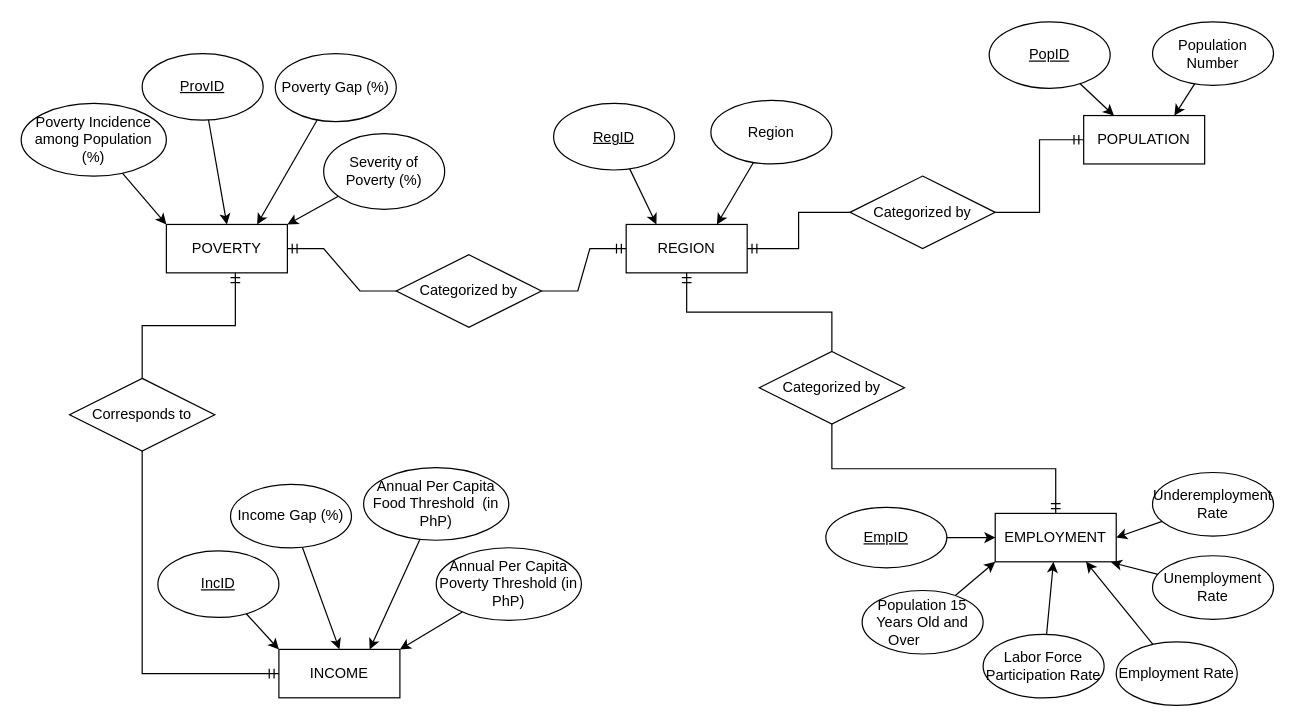
The draw.io diagram page "ERD" (2 of 4) of DECapstone diagrams.drawio in vinsanity2022/SPARTACapstone, before the edit. Source tidied: cells renumbered, new cells numbered last; positions are measured from the earlier drawing's top-left corner, leaving out a move shared by most shapes. Both pictures are drawn from the tidied source at 121%, with x=0, y=0 at pixel (21, 22).
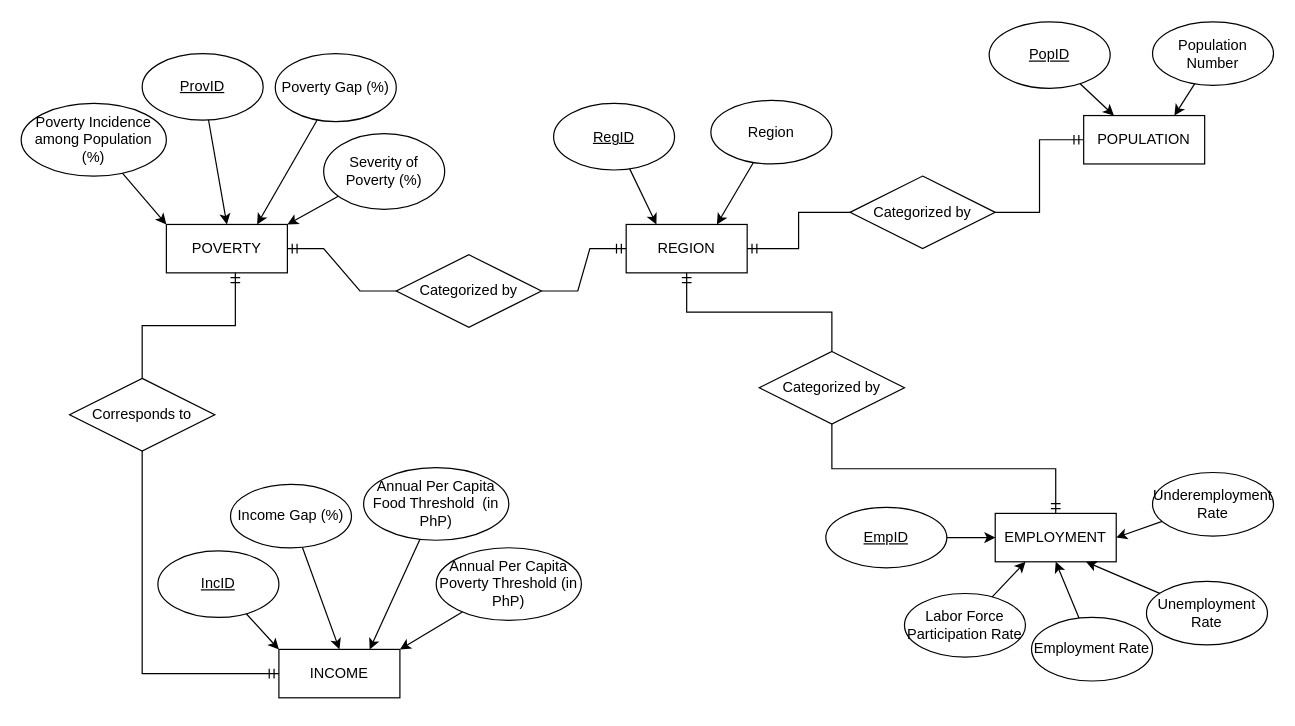
Above is the later version.

The change refers to these unchanged cells:
```xml
<mxCell id="30" value="EMPLOYMENT" style="whiteSpace=wrap;html=1;align=center;" parent="1" vertex="1">
  <mxGeometry x="805" y="405.8" width="100" height="40" as="geometry" />
</mxCell>
```

Diff of the diagram source:
```diff
@@
-    <mxCell id="33" style="rounded=0;jettySize=auto;html=1;entryX=0;entryY=1;entryDx=0;entryDy=0;" parent="1" edge="1" source="34" target="30">
-      <mxGeometry relative="1" as="geometry" />
-    </mxCell>
-    <mxCell id="34" value="&lt;div style=&quot;&quot;&gt;&lt;span style=&quot;background-color: initial;&quot;&gt;Population 15 Years Old and Over&amp;nbsp; &amp;nbsp; &amp;nbsp; &amp;nbsp; &amp;nbsp;&lt;/span&gt;&lt;/div&gt;" style="ellipse;whiteSpace=wrap;html=1;align=center;" parent="1" vertex="1">
-      <mxGeometry x="695" y="469.5" width="100" height="52.5" as="geometry" />
-    </mxCell>
-    <mxCell id="35" style="rounded=0;jettySize=auto;html=1;entryX=0.75;entryY=1;entryDx=0;entryDy=0;" parent="1" edge="1" source="36" target="30">
+    <mxCell id="35" style="rounded=0;jettySize=auto;html=1;entryX=0.5;entryY=1;entryDx=0;entryDy=0;" parent="1" edge="1" source="36" target="30">
       <mxGeometry relative="1" as="geometry" />
     </mxCell>
     <mxCell id="36" value="Employment Rate" style="ellipse;whiteSpace=wrap;html=1;align=center;" parent="1" vertex="1">
-      <mxGeometry x="905" y="512" width="100" height="52.5" as="geometry" />
+      <mxGeometry x="835" y="491.8" width="100" height="52.5" as="geometry" />
     </mxCell>
-    <mxCell id="37" style="rounded=0;jettySize=auto;html=1;entryX=0.957;entryY=1.01;entryDx=0;entryDy=0;entryPerimeter=0;" parent="1" edge="1" source="38" target="30">
+    <mxCell id="37" style="rounded=0;jettySize=auto;html=1;entryX=0.75;entryY=1;entryDx=0;entryDy=0;" parent="1" edge="1" source="38" target="30">
       <mxGeometry relative="1" as="geometry" />
     </mxCell>
     <mxCell id="38" value="Unemployment Rate" style="ellipse;whiteSpace=wrap;html=1;align=center;" parent="1" vertex="1">
-      <mxGeometry x="935" y="440.8" width="100" height="52.5" as="geometry" />
+      <mxGeometry x="930" y="462" width="100" height="52.5" as="geometry" />
     </mxCell>
-    <mxCell id="39" style="rounded=0;jettySize=auto;html=1;" parent="1" edge="1" source="40" target="30">
+    <mxCell id="39" style="rounded=0;jettySize=auto;html=1;entryX=0.25;entryY=1;entryDx=0;entryDy=0;" parent="1" edge="1" source="40" target="30">
       <mxGeometry relative="1" as="geometry" />
     </mxCell>
     <mxCell id="40" value="Labor Force Participation Rate" style="ellipse;whiteSpace=wrap;html=1;align=center;" parent="1" vertex="1">
-      <mxGeometry x="795" y="505.8" width="100" height="52.5" as="geometry" />
+      <mxGeometry x="730" y="472" width="100" height="52.5" as="geometry" />
     </mxCell>
```
